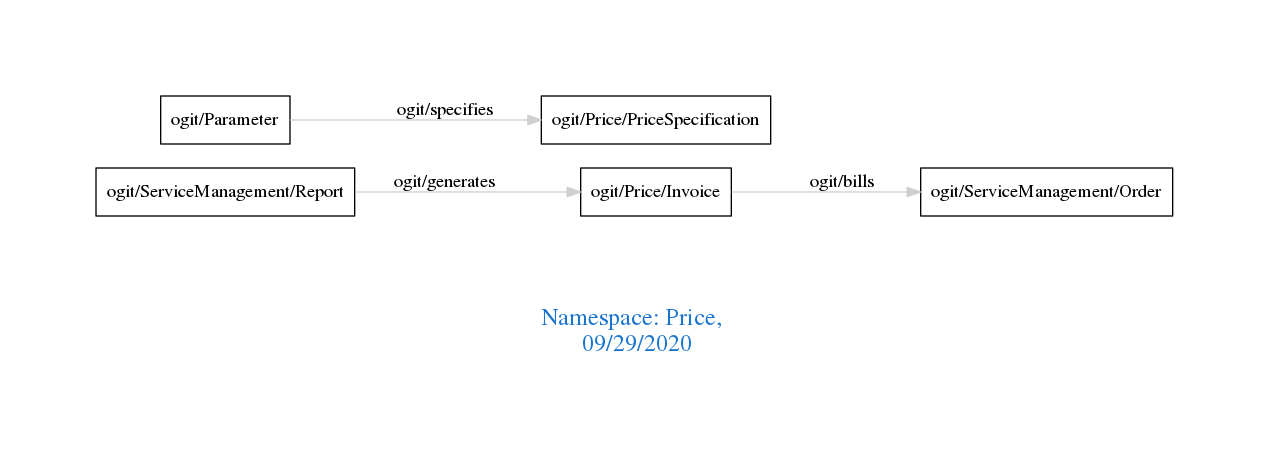
Earlier version of the Graphviz export downloads/Price.png (arago/OGIT). Its source is kept beside it as downloads/Price.dot.
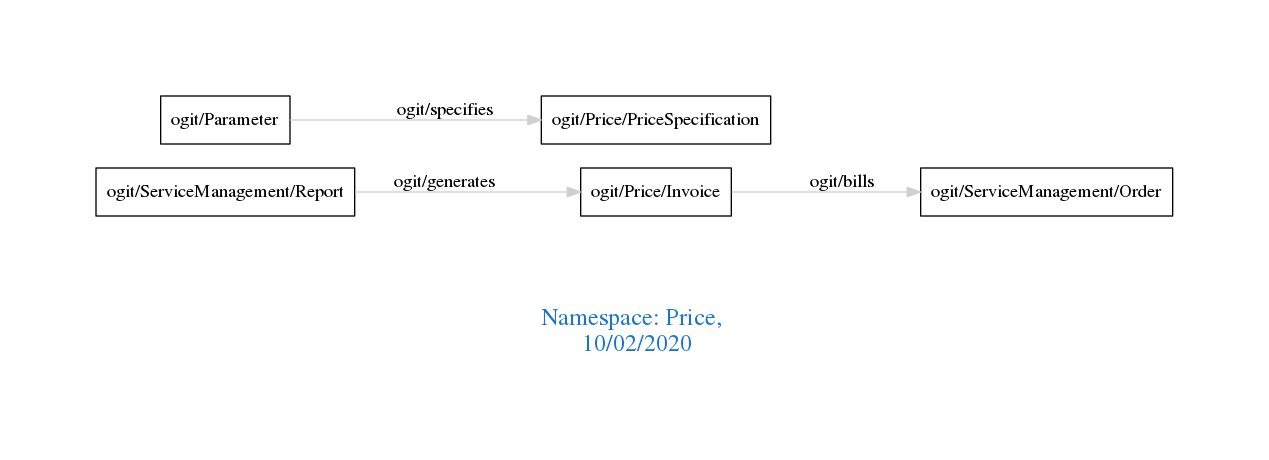
Later version of the same file.

What changed in the source:
```diff
@@ -1,7 +1,7 @@
 digraph OGIT_ontology {
  graph [ rankdir= LR,pad=1
 fontsize = 18,
-fontcolor= dodgerblue3,label = "\n\n\nNamespace: Price, \n 09/29/2020"];
+fontcolor= dodgerblue3,label = "\n\n\nNamespace: Price, \n 10/02/2020"];
 node[shape=polygon];
 edge [  color="gray81"];
 
```
